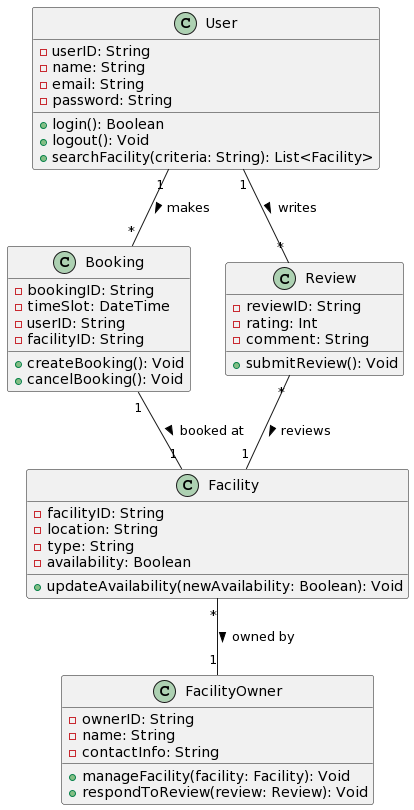
Before: Lab 3/UML class diagram.png, a diagram exported from PlantUML (Mishok7889/sport_location_manager).
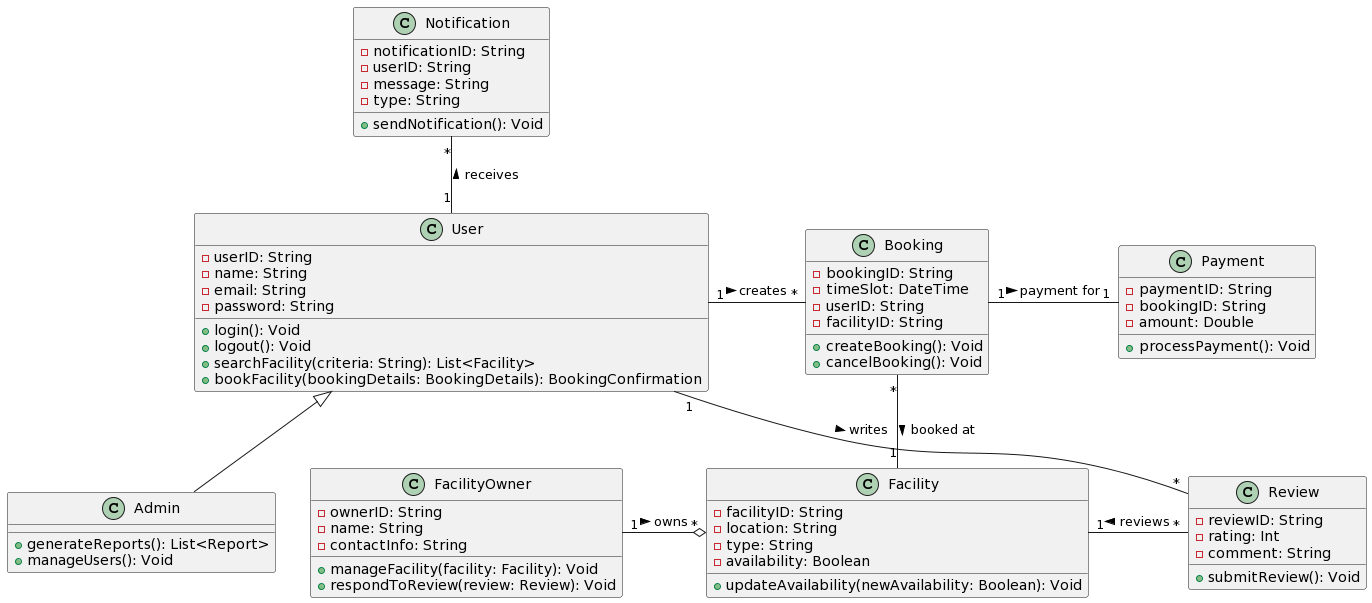
The same diagram one commit later.

Diff of the diagram source:
```diff
@@ -4,9 +4,10 @@
     - name: String
     - email: String
     - password: String
-    + login(): Boolean
+    + login(): Void
     + logout(): Void
     + searchFacility(criteria: String): List<Facility>
+    + bookFacility(bookingDetails: BookingDetails): BookingConfirmation
 }
 
 class FacilityOwner {
@@ -41,9 +42,33 @@
     + submitReview(): Void
 }
 
-User "1" -- "*" Booking : makes >
-Booking "1" -- "1" Facility : booked at >
-Facility "*" -- "1" FacilityOwner : owned by >
-User "1" -- "*" Review : writes >
-Review "*" -- "1" Facility : reviews >
+class Admin {
+    + generateReports(): List<Report>
+    + manageUsers(): Void
+}
+
+class Notification {
+    - notificationID: String
+    - userID: String
+    - message: String
+    - type: String
+    + sendNotification(): Void
+}
+
+class Payment {
+    - paymentID: String
+    - bookingID: String
+    - amount: Double
+    + processPayment(): Void
+}
+
+Admin -up-|> User
+
+User "1" -right- "*" Booking : creates >
+User "1" -left- "*" Review : writes >
+FacilityOwner "1" -right-o "*" Facility : owns >
+Booking "*" -down- "1" Facility : booked at >
+Review "*" -left- "1" Facility : reviews >
+User "1" -up- "*" Notification : receives >
+Booking "1" -right- "1" Payment : payment for >
 @enduml
```
